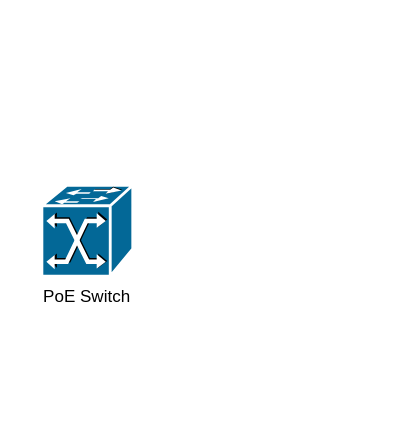
The draw.io diagram Unbenanntes Diagramm.drawio in arjunrama403a/arjunrama403a, before the edit. Source tidied: cells renumbered, new cells numbered last; positions are measured from the earlier drawing's top-left corner, leaving out a move shared by most shapes. Both pictures are drawn from the tidied source at 142%, with x=0, y=0 at pixel (24, 185).
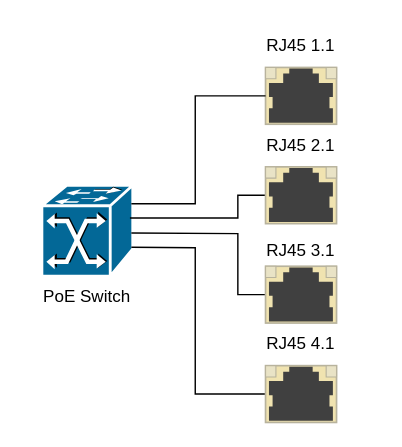
The same page after the edit.

The change refers to these unchanged cells:
```xml
<mxCell id="2" style="group;" parent="1" vertex="1">
  <mxGeometry width="88" height="94" as="geometry" />
</mxCell>
```

Diff of the diagram source:
```diff
@@
+    <mxCell id="5" style="endArrow=none;html=1;rounded=0;" parent="2" edge="1" target="8">
+      <mxGeometry relative="1" as="geometry">
+        <mxPoint x="75" y="43.6" as="sourcePoint" />
+        <Array as="points">
+          <mxPoint x="120" y="44" />
+          <mxPoint x="120" y="147" />
+        </Array>
+      </mxGeometry>
+    </mxCell>
+    <mxCell id="6" style="endArrow=none;html=1;rounded=0;" parent="2" edge="1" target="10">
+      <mxGeometry relative="1" as="geometry">
+        <mxPoint x="75" y="33.6" as="sourcePoint" />
+        <Array as="points">
+          <mxPoint x="150" y="34" />
+          <mxPoint x="150" y="77" />
+        </Array>
+      </mxGeometry>
+    </mxCell>
+    <mxCell id="7" style="endArrow=none;html=1;rounded=0;" parent="2" edge="1" target="9">
+      <mxGeometry relative="1" as="geometry">
+        <mxPoint x="74" y="23" as="sourcePoint" />
+        <Array as="points">
+          <mxPoint x="150" y="23" />
+          <mxPoint x="150" y="7" />
+        </Array>
+      </mxGeometry>
+    </mxCell>
+    <mxCell id="8" style="html=1;verticalLabelPosition=bottom;verticalAlign=top;outlineConnect=0;shadow=0;dashed=0;shape=mxgraph.rack.hpe_aruba.switches.rj45_sfp;" parent="1" vertex="1">
+      <mxGeometry x="169.5" y="127" width="50" height="40" as="geometry" />
+    </mxCell>
+    <mxCell id="9" style="html=1;verticalLabelPosition=bottom;verticalAlign=top;outlineConnect=0;shadow=0;dashed=0;shape=mxgraph.rack.hpe_aruba.switches.rj45_sfp;" parent="1" vertex="1">
+      <mxGeometry x="169.5" y="-13" width="50" height="40" as="geometry" />
+    </mxCell>
+    <mxCell id="10" style="html=1;verticalLabelPosition=bottom;verticalAlign=top;outlineConnect=0;shadow=0;dashed=0;shape=mxgraph.rack.hpe_aruba.switches.rj45_sfp;" parent="1" vertex="1">
+      <mxGeometry x="169.5" y="57" width="50" height="40" as="geometry" />
+    </mxCell>
+    <mxCell id="11" value="RJ45 2.1" style="text;html=1;align=center;verticalAlign=middle;whiteSpace=wrap;rounded=0;" parent="1" vertex="1">
+      <mxGeometry x="140" y="-43" width="109" height="30" as="geometry" />
+    </mxCell>
+    <mxCell id="12" style="group;" parent="1" vertex="1">
+      <mxGeometry x="140" y="-113" width="109" height="70" as="geometry" />
+    </mxCell>
+    <mxCell id="13" style="html=1;verticalLabelPosition=bottom;verticalAlign=top;outlineConnect=0;shadow=0;dashed=0;shape=mxgraph.rack.hpe_aruba.switches.rj45_sfp;" parent="12" vertex="1">
+      <mxGeometry x="29.5" y="30" width="50" height="40" as="geometry" />
+    </mxCell>
+    <mxCell id="14" value="RJ45 1.1" style="text;html=1;align=center;verticalAlign=middle;whiteSpace=wrap;rounded=0;" parent="12" vertex="1">
+      <mxGeometry width="109" height="30" as="geometry" />
+    </mxCell>
+    <mxCell id="15" value="RJ45 3.1" style="text;html=1;align=center;verticalAlign=middle;whiteSpace=wrap;rounded=0;" parent="1" vertex="1">
+      <mxGeometry x="140" y="31" width="109" height="30" as="geometry" />
+    </mxCell>
+    <mxCell id="16" value="RJ45 4.1" style="text;html=1;align=center;verticalAlign=middle;whiteSpace=wrap;rounded=0;" parent="1" vertex="1">
+      <mxGeometry x="140" y="97" width="109" height="30" as="geometry" />
+    </mxCell>
+    <mxCell id="17" style="endArrow=none;html=1;rounded=0;" parent="1" edge="1" target="13">
+      <mxGeometry relative="1" as="geometry">
+        <mxPoint x="75" y="13" as="sourcePoint" />
+        <Array as="points">
+          <mxPoint x="120" y="13" />
+          <mxPoint x="120" y="-63" />
+        </Array>
+      </mxGeometry>
+    </mxCell>
```
